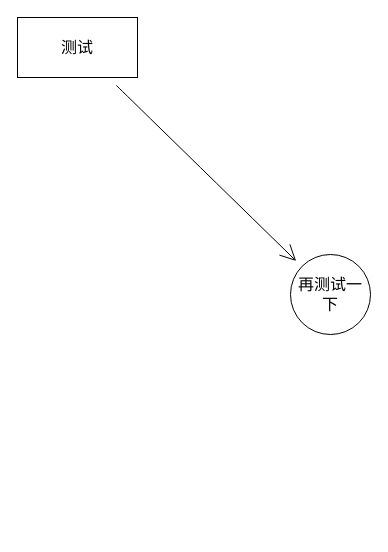
Above: 我是测试的.drawio in cyrious-007/logseq_1 (draw.io), before the change. Source tidied: cells renumbered, new cells numbered last; positions are measured from the earlier drawing's top-left corner, leaving out a move shared by most shapes. Both pictures are drawn from the tidied source at 100%, with x=0, y=0 at pixel (17, 17).
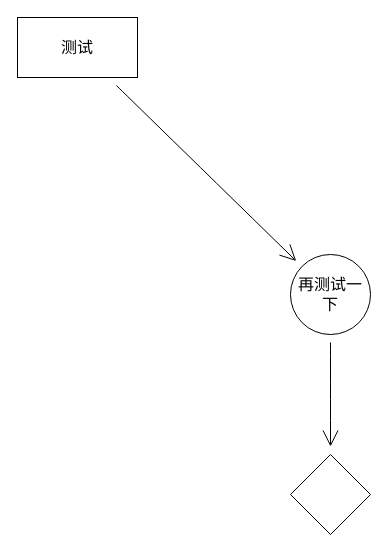
Above is the later version.

Commit message:
更新我是测试的.drawio

Diff of the diagram source:
```diff
@@
 <mxGraphModel>
   <root>
     <mxCell id="0" />
     <mxCell id="1" parent="0" />
     <mxCell id="2" style="edgeStyle=none;curved=1;rounded=0;jettySize=auto;html=1;fontSize=12;endArrow=open;startSize=14;endSize=14;sourcePerimeterSpacing=8;targetPerimeterSpacing=8;" parent="1" edge="1" source="3" target="4">
       <mxGeometry relative="1" as="geometry" />
     </mxCell>
     <mxCell id="3" value="测试" style="whiteSpace=wrap;html=1;fontSize=16;" parent="1" vertex="1">
       <mxGeometry width="120" height="60" as="geometry" />
     </mxCell>
+    <mxCell id="5" style="edgeStyle=none;curved=1;rounded=0;jettySize=auto;html=1;fontSize=12;endArrow=open;startSize=14;endSize=14;sourcePerimeterSpacing=8;targetPerimeterSpacing=8;" parent="1" edge="1" source="4" target="6">
+      <mxGeometry relative="1" as="geometry" />
+    </mxCell>
     <mxCell id="4" value="再测试一下" style="ellipse;whiteSpace=wrap;html=1;fontSize=16;" parent="1" vertex="1">
       <mxGeometry x="273" y="237" width="80" height="80" as="geometry" />
     </mxCell>
+    <mxCell id="6" style="rhombus;whiteSpace=wrap;html=1;fontSize=16;" parent="1" vertex="1">
+      <mxGeometry x="273" y="437" width="80" height="80" as="geometry" />
+    </mxCell>
   </root>
 </mxGraphModel>
```
